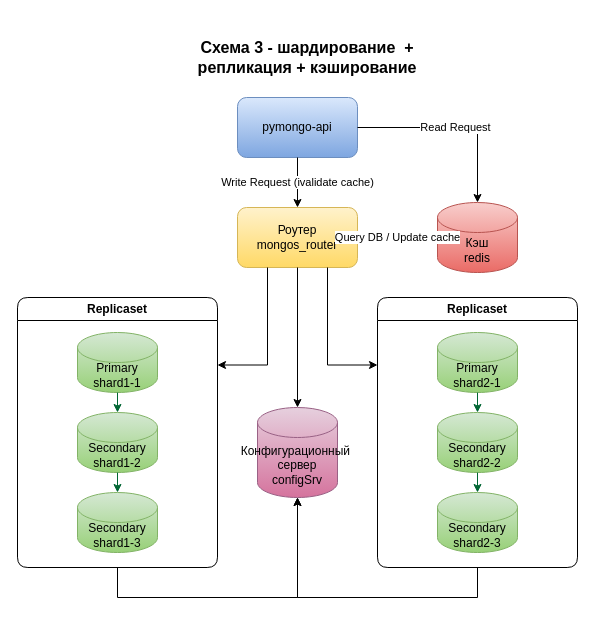
Before: schemas/schema-v3-caching.drawio in megalosandros/architecture-black_friday, a draw.io diagram. Source tidied: cells renumbered, new cells numbered last; positions are measured from the earlier drawing's top-left corner, leaving out a move shared by most shapes. Both pictures are drawn from the tidied source at 100%, with x=0, y=0 at pixel (17, 17).
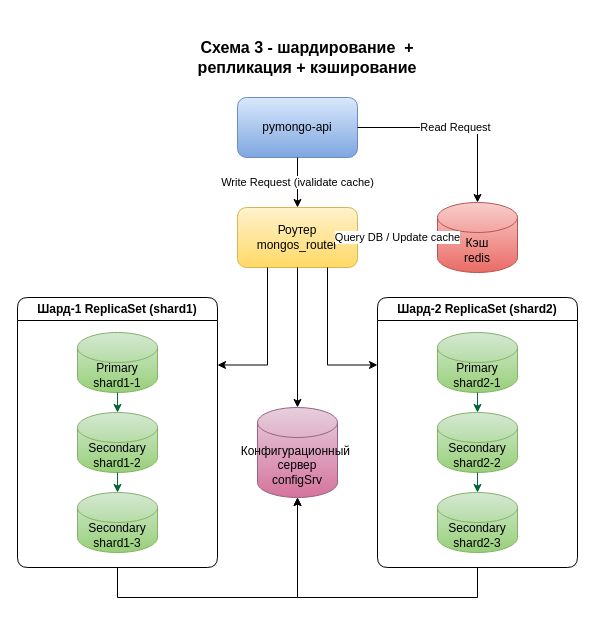
The same page after the edit.

The edit, as a diff of the source:
```diff
@@
-    <mxCell id="12" value="Replicaset" style="swimlane;whiteSpace=wrap;html=1;rounded=1;" parent="1" vertex="1">
+    <mxCell id="12" value="Шард-1 ReplicaSet (shard1)" style="swimlane;whiteSpace=wrap;html=1;rounded=1;" parent="1" vertex="1">
       <mxGeometry y="280" width="200" height="270" as="geometry" />
     </mxCell>
@@
-    <mxCell id="18" value="Replicaset" style="swimlane;whiteSpace=wrap;html=1;rounded=1;" parent="1" vertex="1">
+    <mxCell id="18" value="Шард-2 ReplicaSet (shard2)" style="swimlane;whiteSpace=wrap;html=1;rounded=1;" parent="1" vertex="1">
       <mxGeometry x="360" y="280" width="200" height="270" as="geometry" />
     </mxCell>
```
